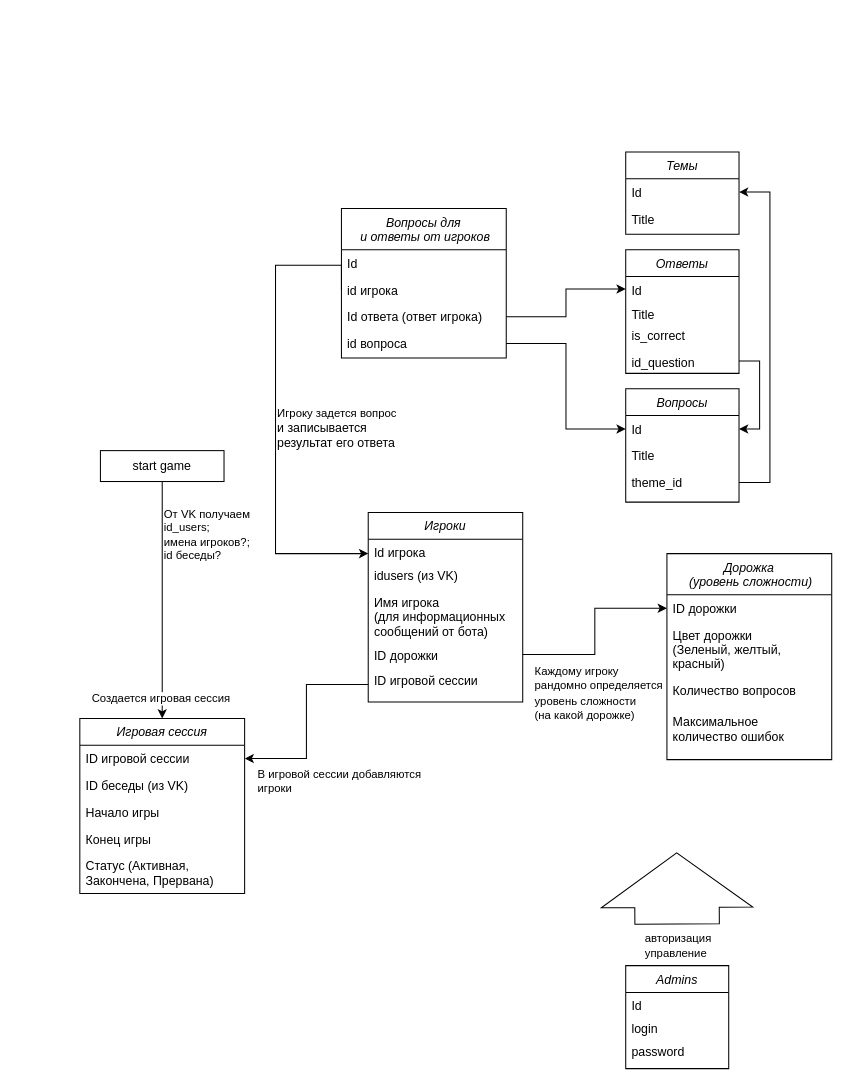
Above: drawio_schemas/instances_relationship.drawio in AlexeyZolotuhin/smarties_game_bot (draw.io), before the change. Source tidied: cells renumbered, new cells numbered last; positions are measured from the earlier drawing's top-left corner, leaving out a move shared by most shapes. Both pictures are drawn from the tidied source at 103%, with x=0, y=0 at pixel (79, 151).
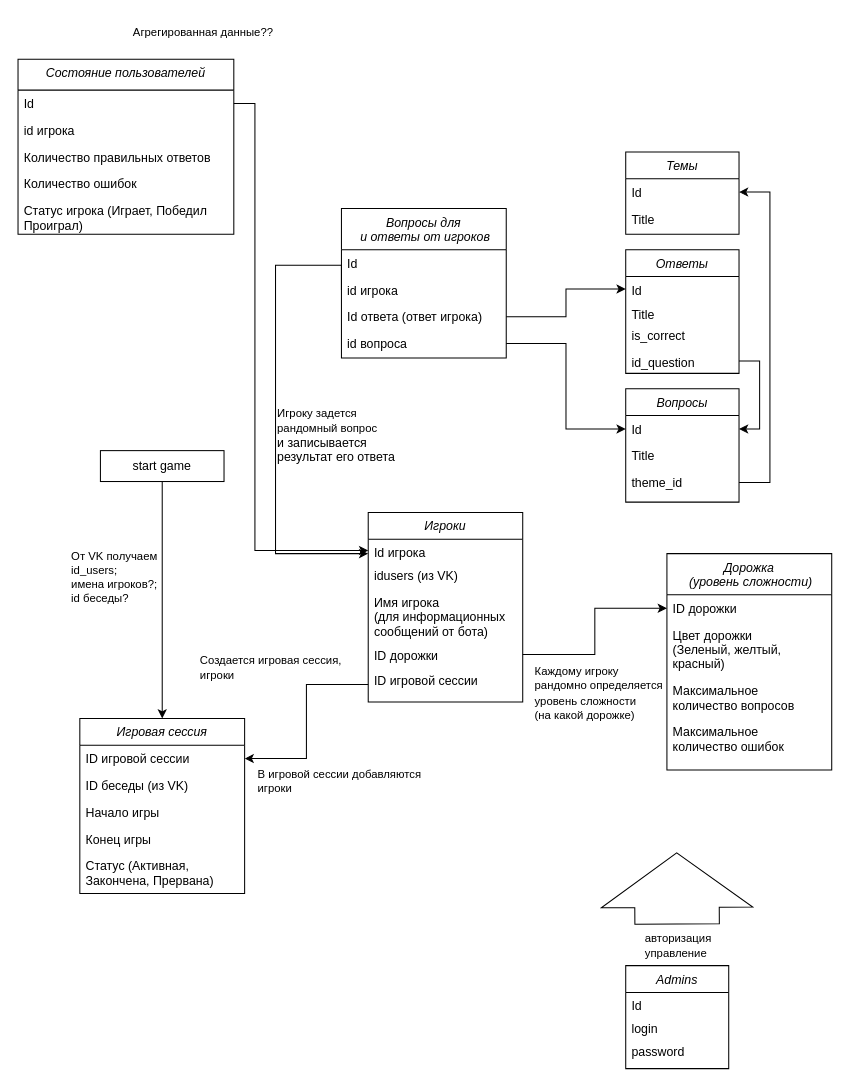
The same diagram, later.

The change refers to these unchanged cells:
```xml
<mxCell id="4" style="edgeStyle=orthogonalEdgeStyle;rounded=0;jettySize=auto;html=1;entryX=0.5;entryY=0;entryDx=0;entryDy=0;" parent="1" edge="1" source="6" target="7">
  <mxGeometry relative="1" as="geometry" />
</mxCell>
<mxCell id="14" value="Id игрока" style="text;align=left;verticalAlign=top;spacingLeft=4;spacingRight=4;overflow=hidden;points=[[0,0.5],[1,0.5]];portConstraint=eastwest;" parent="13" vertex="1">
  <mxGeometry y="26" width="150" height="22" as="geometry" />
</mxCell>
```

Diff of the diagram source:
```diff
@@
     <mxCell id="5" value="От VK получаем&lt;br&gt;id_users; &lt;br&gt;имена игроков?;&lt;br&gt;&lt;div style=&quot;&quot;&gt;id беседы?&lt;/div&gt;" style="edgeLabel;html=1;align=left;verticalAlign=middle;" parent="4" vertex="1">
       <mxGeometry x="-0.35" y="1" relative="1" as="geometry">
-        <mxPoint x="-1" y="-24" as="offset" />
+        <mxPoint x="-91" y="17" as="offset" />
       </mxGeometry>
     </mxCell>
@@
     <mxCell id="19" value="Дорожка&#10; (уровень сложности)" style="swimlane;fontStyle=2;align=center;verticalAlign=top;horizontal=1;startSize=40;rounded=0;shadow=0;strokeWidth=1;" parent="1" vertex="1">
-      <mxGeometry x="570" y="390" width="160" height="200" as="geometry" />
+      <mxGeometry x="570" y="390" width="160" height="210" as="geometry" />
     </mxCell>
@@
-    <mxCell id="22" value="Количество вопросов" style="text;align=left;verticalAlign=top;spacingLeft=4;spacingRight=4;overflow=hidden;" parent="19" vertex="1">
-      <mxGeometry y="120" width="160" height="30" as="geometry" />
+    <mxCell id="22" value="Максимальное&#10;количество вопросов" style="text;align=left;verticalAlign=top;spacingLeft=4;spacingRight=4;overflow=hidden;" parent="19" vertex="1">
+      <mxGeometry y="120" width="160" height="40" as="geometry" />
     </mxCell>
     <mxCell id="23" value="Максимальное&#10;количество ошибок" style="text;align=left;verticalAlign=top;spacingLeft=4;spacingRight=4;overflow=hidden;" parent="19" vertex="1">
-      <mxGeometry y="150" width="160" height="50" as="geometry" />
+      <mxGeometry y="160" width="160" height="50" as="geometry" />
     </mxCell>
@@
-    <mxCell id="43" value="Создается игровая сессия" style="edgeLabel;html=1;align=left;verticalAlign=middle;" parent="1" vertex="1">
-      <mxGeometry x="10" y="530" as="geometry" />
+    <mxCell id="43" value="Создается игровая сессия,&lt;br&gt;игроки" style="edgeLabel;html=1;align=left;verticalAlign=middle;" parent="1" vertex="1">
+      <mxGeometry x="115.2" y="500" as="geometry" />
     </mxCell>
@@
-    <mxCell id="51" value="&lt;span style=&quot;font-size: 11px; background-color: rgb(255, 255, 255);&quot;&gt;Игроку задется вопрос&lt;br&gt;&lt;/span&gt;и записывается результат его ответа" style="text;whiteSpace=wrap;html=1;" parent="1" vertex="1">
+    <mxCell id="51" value="&lt;span style=&quot;font-size: 11px; background-color: rgb(255, 255, 255);&quot;&gt;Игроку задется рандомный вопрос&lt;br&gt;&lt;/span&gt;и записывается результат его ответа" style="text;whiteSpace=wrap;html=1;" parent="1" vertex="1">
       <mxGeometry x="190" y="240" width="130" height="50" as="geometry" />
     </mxCell>
@@
+    <mxCell id="56" value="Состояние пользователей" style="swimlane;fontStyle=2;align=center;verticalAlign=top;horizontal=1;startSize=30;rounded=0;shadow=0;strokeWidth=1;" parent="1" vertex="1">
+      <mxGeometry x="-60" y="-90" width="209.5" height="170" as="geometry" />
+    </mxCell>
+    <mxCell id="57" value="Id" style="text;align=left;verticalAlign=top;spacingLeft=4;spacingRight=4;overflow=hidden;points=[[0,0.5],[1,0.5]];portConstraint=eastwest;" parent="56" vertex="1">
+      <mxGeometry y="30" width="209.5" height="26" as="geometry" />
+    </mxCell>
+    <mxCell id="58" value="id игрока" style="text;align=left;verticalAlign=top;spacingLeft=4;spacingRight=4;overflow=hidden;rounded=0;shadow=0;html=0;" parent="56" vertex="1">
+      <mxGeometry y="56" width="209.5" height="26" as="geometry" />
+    </mxCell>
+    <mxCell id="59" value="Количество правильных ответов" style="text;align=left;verticalAlign=top;spacingLeft=4;spacingRight=4;overflow=hidden;rounded=0;shadow=0;html=0;" parent="56" vertex="1">
+      <mxGeometry y="82" width="209.5" height="26" as="geometry" />
+    </mxCell>
+    <mxCell id="60" value="Количество ошибок" style="text;align=left;verticalAlign=top;spacingLeft=4;spacingRight=4;overflow=hidden;" parent="56" vertex="1">
+      <mxGeometry y="108" width="209.5" height="26" as="geometry" />
+    </mxCell>
+    <mxCell id="61" value="Статус игрока (Играет, Победил&#10;Проиграл)" style="text;align=left;verticalAlign=top;spacingLeft=4;spacingRight=4;overflow=hidden;" parent="56" vertex="1">
+      <mxGeometry y="134" width="209.5" height="36" as="geometry" />
+    </mxCell>
+    <mxCell id="62" value="&lt;span style=&quot;font-size: 11px; background-color: rgb(255, 255, 255);&quot;&gt;Агрегированная данные??&lt;/span&gt;" style="text;whiteSpace=wrap;html=1;" parent="1" vertex="1">
+      <mxGeometry x="50.2" y="-130" width="169.8" height="30" as="geometry" />
+    </mxCell>
+    <mxCell id="63" style="edgeStyle=orthogonalEdgeStyle;rounded=0;jettySize=auto;html=1;exitX=1;exitY=0.5;exitDx=0;exitDy=0;entryX=0;entryY=0.5;entryDx=0;entryDy=0;" parent="1" edge="1" source="57" target="14">
+      <mxGeometry relative="1" as="geometry">
+        <Array as="points">
+          <mxPoint x="170" y="-47" />
+          <mxPoint x="170" y="387" />
+        </Array>
+      </mxGeometry>
+    </mxCell>
```
